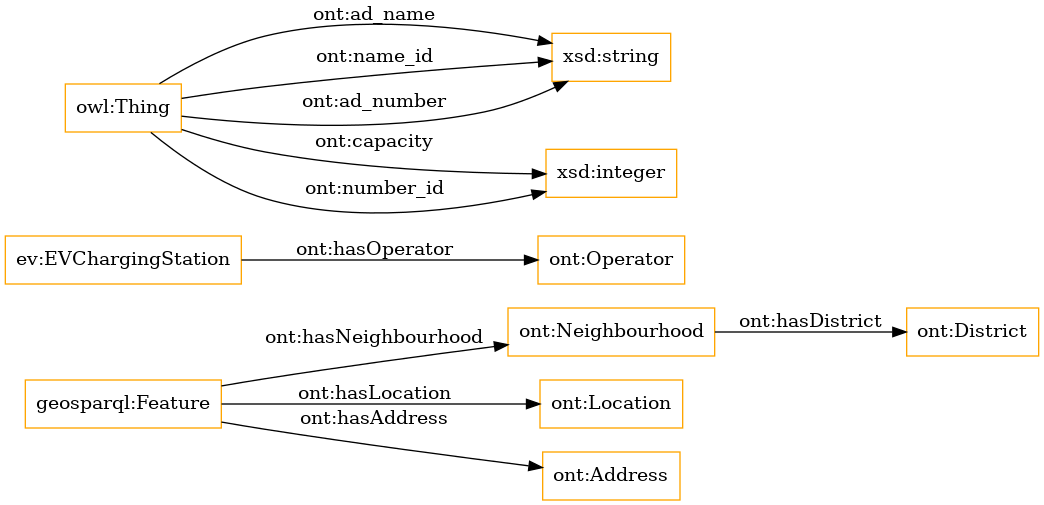
Earlier version of the Graphviz export OnToology/ontology_v2.ttl/diagrams/ar2dtool-class/ontology_v2.ttl.png (JavierSabin/OntologyTest). Its source is kept beside it as OnToology/ontology_v2.ttl/diagrams/ar2dtool-class/ontology_v2.ttl.png.dot.
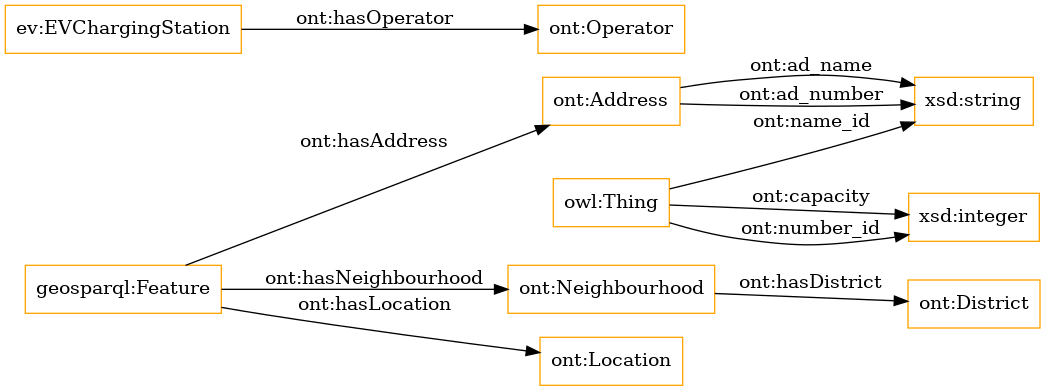
After the change.

What changed in the source:
```diff
@@ -1,14 +1,14 @@
 digraph ar2dtool_diagram {
 rankdir=LR;
 size="1501"
-node [shape = rectangle, color="orange"]; "geosparql:Feature" "ont:Neighbourhood" "ev:EVChargingStation" "ont:Operator" "ont:Location" "ont:District" "ont:Address" ; /*classes style*/
+node [shape = rectangle, color="orange"]; "geosparql:Feature" "ont:Address" "ont:Neighbourhood" "ev:EVChargingStation" "ont:Operator" "ont:Location" "ont:District" ; /*classes style*/
 	"geosparql:Feature" -> "ont:Address" [ label = "ont:hasAddress" ];
-	"owl:Thing" -> "xsd:string" [ label = "ont:ad_name" ];
+	"ont:Address" -> "xsd:string" [ label = "ont:ad_name" ];
 	"owl:Thing" -> "xsd:integer" [ label = "ont:capacity" ];
 	"geosparql:Feature" -> "ont:Location" [ label = "ont:hasLocation" ];
 	"owl:Thing" -> "xsd:string" [ label = "ont:name_id" ];
 	"owl:Thing" -> "xsd:integer" [ label = "ont:number_id" ];
-	"owl:Thing" -> "xsd:string" [ label = "ont:ad_number" ];
+	"ont:Address" -> "xsd:string" [ label = "ont:ad_number" ];
 	"ev:EVChargingStation" -> "ont:Operator" [ label = "ont:hasOperator" ];
 	"ont:Neighbourhood" -> "ont:District" [ label = "ont:hasDistrict" ];
 	"geosparql:Feature" -> "ont:Neighbourhood" [ label = "ont:hasNeighbourhood" ];
```
